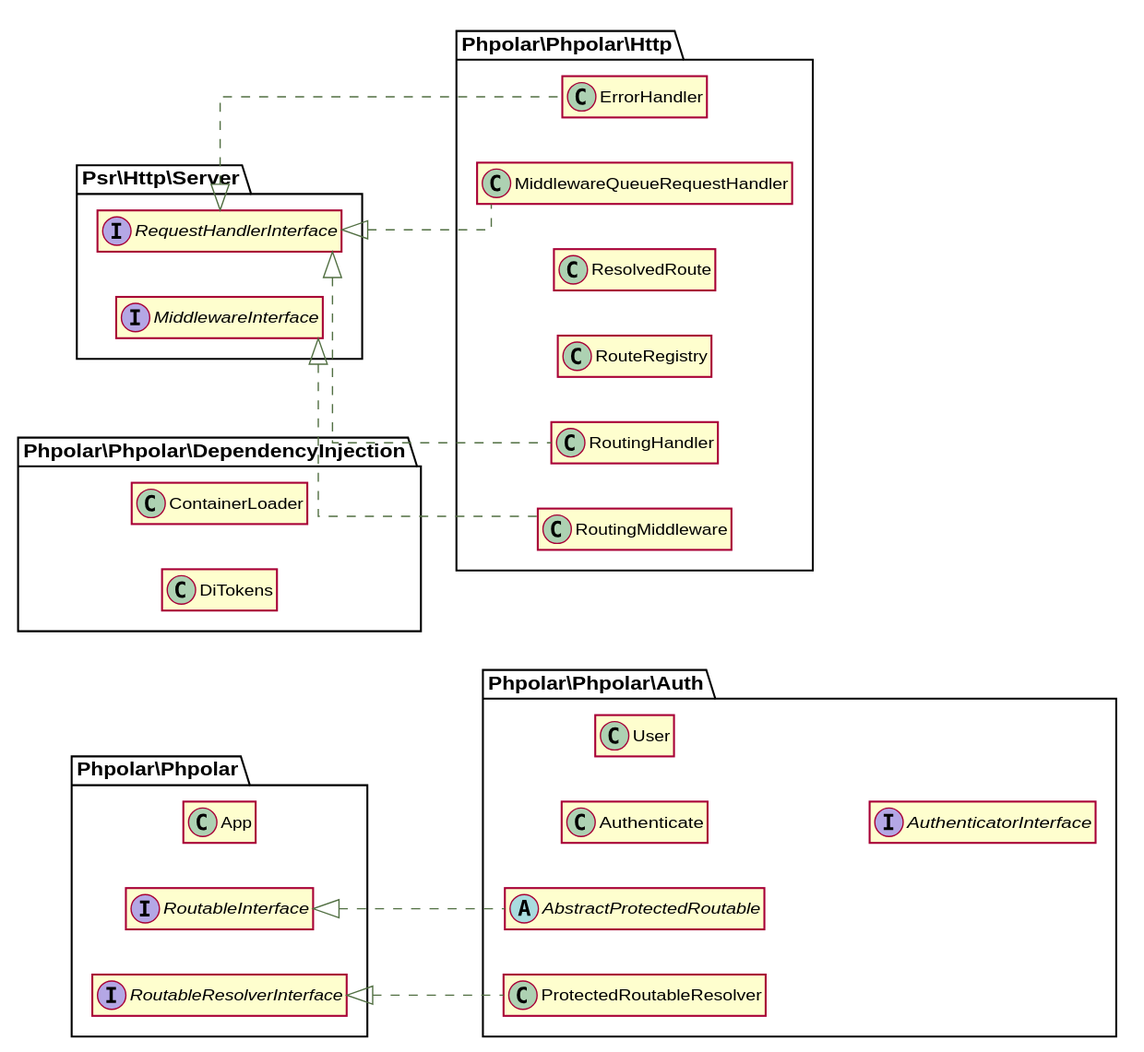
Earlier version of the PlantUML export docs/graphs/classes.svg (phpolar/phpolar).
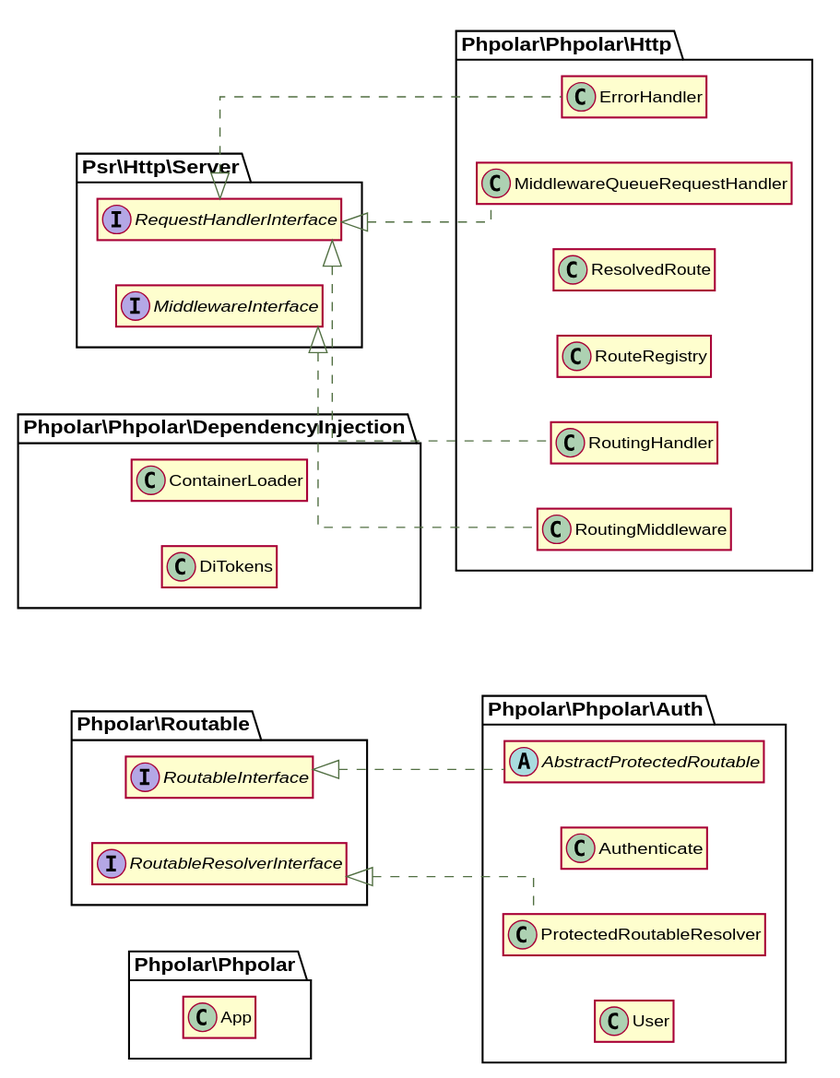
Above is the later version.

The edit, as a diff of the source:
```diff
@@ -16,25 +16,16 @@
 class \\Phpolar\\Phpolar\\App {
 }
 
-interface \\Phpolar\\Phpolar\\RoutableInterface {
-}
-
-interface \\Phpolar\\Phpolar\\RoutableResolverInterface {
-}
-
-abstract class \\Phpolar\\Phpolar\\Auth\\AbstractProtectedRoutable implements \\Phpolar\\Phpolar\\RoutableInterface {
+abstract class \\Phpolar\\Phpolar\\Auth\\AbstractProtectedRoutable implements \\Phpolar\\Routable\\RoutableInterface {
 }
 
 class \\Phpolar\\Phpolar\\Auth\\Authenticate {
 }
 
-class \\Phpolar\\Phpolar\\Auth\\ProtectedRoutableResolver implements \\Phpolar\\Phpolar\\RoutableResolverInterface {
+class \\Phpolar\\Phpolar\\Auth\\ProtectedRoutableResolver implements \\Phpolar\\Routable\\RoutableResolverInterface {
 }
 
 class \\Phpolar\\Phpolar\\Auth\\User {
-}
-
-interface \\Phpolar\\Phpolar\\Auth\\AuthenticatorInterface {
 }
 
 class \\Phpolar\\Phpolar\\DependencyInjection\\ContainerLoader {
```
